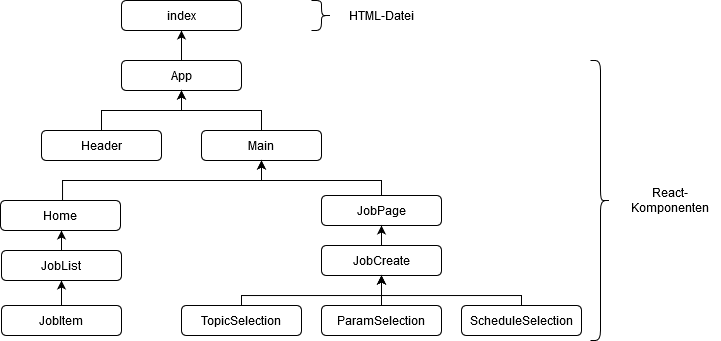
Before: Docs/_static/images/documentation/ReactDiagramm.png, a diagram exported from draw.io (visuanalytics/visuanalytics). Source tidied: cells renumbered, new cells last; positions are measured from the earlier drawing's top-left corner, leaving out a move shared by most shapes. The source it was exported from:
```xml
<mxGraphModel>
  <root>
    <mxCell id="0" />
    <mxCell id="1" parent="0" />
    <mxCell id="2" style="edgeStyle=orthogonalEdgeStyle;rounded=0;jettySize=auto;html=1;" parent="1" edge="1" source="3" target="12">
      <mxGeometry relative="1" as="geometry" />
    </mxCell>
    <mxCell id="3" value="App" style="rounded=1;whiteSpace=wrap;html=1;" parent="1" vertex="1">
      <mxGeometry x="121" y="60" width="120" height="30" as="geometry" />
    </mxCell>
    <mxCell id="4" style="edgeStyle=orthogonalEdgeStyle;rounded=0;jettySize=auto;html=1;" parent="1" edge="1" source="5" target="3">
      <mxGeometry relative="1" as="geometry" />
    </mxCell>
    <mxCell id="5" value="Header" style="rounded=1;whiteSpace=wrap;html=1;" parent="1" vertex="1">
      <mxGeometry x="41" y="130" width="120" height="30" as="geometry" />
    </mxCell>
    <mxCell id="6" style="edgeStyle=orthogonalEdgeStyle;rounded=0;jettySize=auto;html=1;" parent="1" edge="1" source="7" target="3">
      <mxGeometry relative="1" as="geometry" />
    </mxCell>
    <mxCell id="7" value="Main" style="rounded=1;whiteSpace=wrap;html=1;" parent="1" vertex="1">
      <mxGeometry x="201" y="130" width="120" height="30" as="geometry" />
    </mxCell>
    <mxCell id="8" style="edgeStyle=orthogonalEdgeStyle;rounded=0;jettySize=auto;html=1;entryX=0.5;entryY=1;entryDx=0;entryDy=0;" parent="1" edge="1" source="9" target="24">
      <mxGeometry relative="1" as="geometry" />
    </mxCell>
    <mxCell id="9" value="JobItem" style="rounded=1;whiteSpace=wrap;html=1;" parent="1" vertex="1">
      <mxGeometry x="1" y="305" width="120" height="30" as="geometry" />
    </mxCell>
    <mxCell id="10" style="edgeStyle=orthogonalEdgeStyle;rounded=0;jettySize=auto;html=1;" parent="1" edge="1" source="11" target="7">
      <mxGeometry relative="1" as="geometry">
        <Array as="points">
          <mxPoint x="381" y="180" />
          <mxPoint x="261" y="180" />
        </Array>
      </mxGeometry>
    </mxCell>
    <mxCell id="11" value="JobPage" style="rounded=1;whiteSpace=wrap;html=1;" parent="1" vertex="1">
      <mxGeometry x="321" y="195" width="120" height="30" as="geometry" />
    </mxCell>
    <mxCell id="12" value="index" style="rounded=1;whiteSpace=wrap;html=1;" parent="1" vertex="1">
      <mxGeometry x="121" width="120" height="30" as="geometry" />
    </mxCell>
    <mxCell id="13" style="shape=curlyBracket;whiteSpace=wrap;html=1;rounded=1;rotation=-180;size=0.5;" parent="1" vertex="1">
      <mxGeometry x="311" width="20" height="30" as="geometry" />
    </mxCell>
    <mxCell id="14" value="HTML-Datei" style="text;html=1;strokeColor=none;fillColor=none;align=center;verticalAlign=middle;whiteSpace=wrap;rounded=0;" parent="1" vertex="1">
      <mxGeometry x="331" y="5" width="100" height="20" as="geometry" />
    </mxCell>
    <mxCell id="15" style="edgeStyle=orthogonalEdgeStyle;rounded=0;jettySize=auto;html=1;" parent="1" edge="1" source="16">
      <mxGeometry relative="1" as="geometry">
        <mxPoint x="381" y="275" as="targetPoint" />
        <Array as="points">
          <mxPoint x="521" y="295" />
          <mxPoint x="381" y="295" />
        </Array>
      </mxGeometry>
    </mxCell>
    <mxCell id="16" value="ScheduleSelection" style="rounded=1;whiteSpace=wrap;html=1;" parent="1" vertex="1">
      <mxGeometry x="461" y="305" width="120" height="30" as="geometry" />
    </mxCell>
    <mxCell id="17" style="edgeStyle=orthogonalEdgeStyle;rounded=0;jettySize=auto;html=1;" parent="1" edge="1" source="18">
      <mxGeometry relative="1" as="geometry">
        <mxPoint x="381" y="225" as="targetPoint" />
      </mxGeometry>
    </mxCell>
    <mxCell id="18" value="JobCreate" style="rounded=1;whiteSpace=wrap;html=1;" parent="1" vertex="1">
      <mxGeometry x="321" y="245" width="120" height="30" as="geometry" />
    </mxCell>
    <mxCell id="19" style="edgeStyle=orthogonalEdgeStyle;rounded=0;jettySize=auto;html=1;" parent="1" edge="1" source="20">
      <mxGeometry relative="1" as="geometry">
        <mxPoint x="381" y="275" as="targetPoint" />
        <Array as="points">
          <mxPoint x="241" y="295" />
          <mxPoint x="381" y="295" />
        </Array>
      </mxGeometry>
    </mxCell>
    <mxCell id="20" value="TopicSelection" style="rounded=1;whiteSpace=wrap;html=1;" parent="1" vertex="1">
      <mxGeometry x="181" y="305" width="120" height="30" as="geometry" />
    </mxCell>
    <mxCell id="21" style="edgeStyle=orthogonalEdgeStyle;rounded=0;jettySize=auto;html=1;" parent="1" edge="1" source="22">
      <mxGeometry relative="1" as="geometry">
        <mxPoint x="381" y="275" as="targetPoint" />
      </mxGeometry>
    </mxCell>
    <mxCell id="22" value="ParamSelection" style="rounded=1;whiteSpace=wrap;html=1;" parent="1" vertex="1">
      <mxGeometry x="321" y="305" width="120" height="30" as="geometry" />
    </mxCell>
    <mxCell id="23" style="edgeStyle=orthogonalEdgeStyle;rounded=0;jettySize=auto;html=1;" parent="1" edge="1" source="24">
      <mxGeometry relative="1" as="geometry">
        <mxPoint x="61" y="230" as="targetPoint" />
      </mxGeometry>
    </mxCell>
    <mxCell id="24" value="JobList" style="rounded=1;whiteSpace=wrap;html=1;" parent="1" vertex="1">
      <mxGeometry x="1" y="250" width="120" height="30" as="geometry" />
    </mxCell>
    <mxCell id="25" style="edgeStyle=orthogonalEdgeStyle;rounded=0;jettySize=auto;html=1;" parent="1" edge="1" source="26" target="7">
      <mxGeometry relative="1" as="geometry">
        <Array as="points">
          <mxPoint x="62" y="180" />
          <mxPoint x="261" y="180" />
        </Array>
      </mxGeometry>
    </mxCell>
    <mxCell id="26" value="Home" style="rounded=1;whiteSpace=wrap;html=1;" parent="1" vertex="1">
      <mxGeometry y="200" width="120" height="30" as="geometry" />
    </mxCell>
    <mxCell id="27" style="shape=curlyBracket;whiteSpace=wrap;html=1;rounded=1;rotation=-180;size=0.5;" parent="1" vertex="1">
      <mxGeometry x="590" y="60" width="20" height="280" as="geometry" />
    </mxCell>
    <mxCell id="28" value="React-Komponenten" style="text;html=1;strokeColor=none;fillColor=none;align=center;verticalAlign=middle;whiteSpace=wrap;rounded=0;" parent="1" vertex="1">
      <mxGeometry x="620" y="170" width="100" height="60" as="geometry" />
    </mxCell>
  </root>
</mxGraphModel>
```
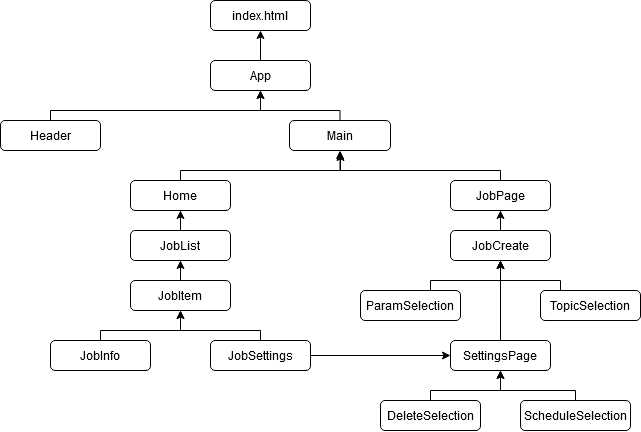
The same file after the commit.

Commit message:
Überarbeitete Bilder

Change to the diagram source:
```diff
@@ -2,114 +2,153 @@
   <root>
     <mxCell id="0" />
     <mxCell id="1" parent="0" />
-    <mxCell id="2" style="edgeStyle=orthogonalEdgeStyle;rounded=0;jettySize=auto;html=1;" parent="1" edge="1" source="3" target="12">
-      <mxGeometry relative="1" as="geometry" />
-    </mxCell>
+    <mxCell id="29" style="edgeStyle=orthogonalEdgeStyle;rounded=0;jettySize=auto;html=1;" parent="1" edge="1" source="3" target="30">
+      <mxGeometry relative="1" as="geometry" />
+    </mxCell>
     <mxCell id="3" value="App" style="rounded=1;whiteSpace=wrap;html=1;" parent="1" vertex="1">
-      <mxGeometry x="121" y="60" width="120" height="30" as="geometry" />
+      <mxGeometry x="290" y="80" width="100" height="30" as="geometry" />
     </mxCell>
+    <mxCell id="30" value="index.html" style="rounded=1;whiteSpace=wrap;html=1;" parent="1" vertex="1">
+      <mxGeometry x="290" y="20" width="100" height="30" as="geometry" />
+    </mxCell>
-    <mxCell id="4" style="edgeStyle=orthogonalEdgeStyle;rounded=0;jettySize=auto;html=1;" parent="1" edge="1" source="5" target="3">
-      <mxGeometry relative="1" as="geometry" />
+    <mxCell id="4" style="edgeStyle=orthogonalEdgeStyle;rounded=0;jettySize=auto;html=1;entryX=0.5;entryY=1;entryDx=0;entryDy=0;" parent="1" edge="1" source="5" target="3">
+      <mxGeometry relative="1" as="geometry">
+        <Array as="points">
+          <mxPoint x="130" y="130" />
+          <mxPoint x="340" y="130" />
+        </Array>
+      </mxGeometry>
     </mxCell>
     <mxCell id="5" value="Header" style="rounded=1;whiteSpace=wrap;html=1;" parent="1" vertex="1">
-      <mxGeometry x="41" y="130" width="120" height="30" as="geometry" />
+      <mxGeometry x="80" y="140" width="100" height="30" as="geometry" />
     </mxCell>
-    <mxCell id="6" style="edgeStyle=orthogonalEdgeStyle;rounded=0;jettySize=auto;html=1;" parent="1" edge="1" source="7" target="3">
-      <mxGeometry relative="1" as="geometry" />
-    </mxCell>
+    <mxCell id="31" style="edgeStyle=orthogonalEdgeStyle;rounded=0;jettySize=auto;html=1;" parent="1" edge="1" source="7">
+      <mxGeometry relative="1" as="geometry">
+        <mxPoint x="340" y="110" as="targetPoint" />
+        <Array as="points">
+          <mxPoint x="420" y="130" />
+          <mxPoint x="340" y="130" />
+        </Array>
+      </mxGeometry>
+    </mxCell>
     <mxCell id="7" value="Main" style="rounded=1;whiteSpace=wrap;html=1;" parent="1" vertex="1">
-      <mxGeometry x="201" y="130" width="120" height="30" as="geometry" />
+      <mxGeometry x="369" y="140" width="101" height="30" as="geometry" />
     </mxCell>
+    <mxCell id="32" style="edgeStyle=orthogonalEdgeStyle;rounded=0;jettySize=auto;html=1;entryX=0.5;entryY=1;entryDx=0;entryDy=0;" parent="1" edge="1" source="20" target="18">
+      <mxGeometry relative="1" as="geometry">
+        <Array as="points">
+          <mxPoint x="640" y="300" />
+          <mxPoint x="580" y="300" />
+        </Array>
+      </mxGeometry>
+    </mxCell>
+    <mxCell id="20" value="TopicSelection" style="rounded=1;whiteSpace=wrap;html=1;" parent="1" vertex="1">
+      <mxGeometry x="620" y="310" width="100" height="30" as="geometry" />
+    </mxCell>
+    <mxCell id="33" style="edgeStyle=orthogonalEdgeStyle;rounded=0;jettySize=auto;html=1;" parent="1" edge="1" source="18" target="11">
+      <mxGeometry relative="1" as="geometry" />
+    </mxCell>
+    <mxCell id="18" value="JobCreate" style="rounded=1;whiteSpace=wrap;html=1;" parent="1" vertex="1">
+      <mxGeometry x="530" y="250" width="100" height="30" as="geometry" />
+    </mxCell>
+    <mxCell id="10" style="edgeStyle=orthogonalEdgeStyle;rounded=0;jettySize=auto;html=1;entryX=0.5;entryY=1;entryDx=0;entryDy=0;" parent="1" edge="1" source="11" target="7">
+      <mxGeometry relative="1" as="geometry">
+        <Array as="points">
+          <mxPoint x="580" y="190" />
+          <mxPoint x="420" y="190" />
+        </Array>
+      </mxGeometry>
+    </mxCell>
+    <mxCell id="11" value="JobPage" style="rounded=1;whiteSpace=wrap;html=1;" parent="1" vertex="1">
+      <mxGeometry x="530" y="200" width="100" height="30" as="geometry" />
+    </mxCell>
+    <mxCell id="34" style="edgeStyle=orthogonalEdgeStyle;rounded=0;jettySize=auto;html=1;entryX=0.5;entryY=1;entryDx=0;entryDy=0;" parent="1" edge="1" source="22" target="18">
+      <mxGeometry relative="1" as="geometry">
+        <Array as="points">
+          <mxPoint x="510" y="300" />
+          <mxPoint x="580" y="300" />
+        </Array>
+      </mxGeometry>
+    </mxCell>
+    <mxCell id="22" value="ParamSelection" style="rounded=1;whiteSpace=wrap;html=1;" parent="1" vertex="1">
+      <mxGeometry x="440" y="310" width="100" height="30" as="geometry" />
+    </mxCell>
+    <mxCell id="35" style="edgeStyle=orthogonalEdgeStyle;rounded=0;jettySize=auto;html=1;" parent="1" edge="1" source="36" target="38">
+      <mxGeometry relative="1" as="geometry">
+        <Array as="points">
+          <mxPoint x="510" y="410" />
+          <mxPoint x="580" y="410" />
+        </Array>
+      </mxGeometry>
+    </mxCell>
+    <mxCell id="36" value="DeleteSelection" style="rounded=1;whiteSpace=wrap;html=1;" parent="1" vertex="1">
+      <mxGeometry x="460" y="420" width="100" height="30" as="geometry" />
+    </mxCell>
+    <mxCell id="37" style="edgeStyle=orthogonalEdgeStyle;rounded=0;jettySize=auto;html=1;" parent="1" edge="1" source="38" target="18">
+      <mxGeometry relative="1" as="geometry" />
+    </mxCell>
+    <mxCell id="38" value="SettingsPage" style="rounded=1;whiteSpace=wrap;html=1;" parent="1" vertex="1">
+      <mxGeometry x="530" y="360" width="100" height="30" as="geometry" />
+    </mxCell>
+    <mxCell id="39" style="edgeStyle=orthogonalEdgeStyle;rounded=0;jettySize=auto;html=1;" parent="1" edge="1" source="16" target="38">
+      <mxGeometry relative="1" as="geometry">
+        <Array as="points">
+          <mxPoint x="655" y="410" />
+          <mxPoint x="580" y="410" />
+        </Array>
+      </mxGeometry>
+    </mxCell>
+    <mxCell id="16" value="ScheduleSelection" style="rounded=1;whiteSpace=wrap;html=1;" parent="1" vertex="1">
+      <mxGeometry x="600" y="420" width="110" height="30" as="geometry" />
+    </mxCell>
+    <mxCell id="40" style="edgeStyle=orthogonalEdgeStyle;rounded=0;jettySize=auto;html=1;" parent="1" edge="1" source="26">
+      <mxGeometry relative="1" as="geometry">
+        <mxPoint x="420" y="172" as="targetPoint" />
+        <Array as="points">
+          <mxPoint x="260" y="190" />
+          <mxPoint x="420" y="190" />
+        </Array>
+      </mxGeometry>
+    </mxCell>
+    <mxCell id="26" value="Home" style="rounded=1;whiteSpace=wrap;html=1;" parent="1" vertex="1">
+      <mxGeometry x="210" y="200" width="100" height="30" as="geometry" />
+    </mxCell>
+    <mxCell id="41" style="edgeStyle=orthogonalEdgeStyle;rounded=0;jettySize=auto;html=1;" parent="1" edge="1" source="24" target="26">
+      <mxGeometry relative="1" as="geometry" />
+    </mxCell>
+    <mxCell id="24" value="JobList" style="rounded=1;whiteSpace=wrap;html=1;" parent="1" vertex="1">
+      <mxGeometry x="210" y="250" width="100" height="30" as="geometry" />
+    </mxCell>
-    <mxCell id="8" style="edgeStyle=orthogonalEdgeStyle;rounded=0;jettySize=auto;html=1;entryX=0.5;entryY=1;entryDx=0;entryDy=0;" parent="1" edge="1" source="9" target="24">
+    <mxCell id="8" style="edgeStyle=orthogonalEdgeStyle;rounded=0;jettySize=auto;html=1;" parent="1" edge="1" source="9" target="24">
       <mxGeometry relative="1" as="geometry" />
     </mxCell>
     <mxCell id="9" value="JobItem" style="rounded=1;whiteSpace=wrap;html=1;" parent="1" vertex="1">
-      <mxGeometry x="1" y="305" width="120" height="30" as="geometry" />
+      <mxGeometry x="210" y="300" width="100" height="30" as="geometry" />
     </mxCell>
-    <mxCell id="10" style="edgeStyle=orthogonalEdgeStyle;rounded=0;jettySize=auto;html=1;" parent="1" edge="1" source="11" target="7">
-      <mxGeometry relative="1" as="geometry">
-        <Array as="points">
-          <mxPoint x="381" y="180" />
-          <mxPoint x="261" y="180" />
-        </Array>
-      </mxGeometry>
-    </mxCell>
-    <mxCell id="11" value="JobPage" style="rounded=1;whiteSpace=wrap;html=1;" parent="1" vertex="1">
-      <mxGeometry x="321" y="195" width="120" height="30" as="geometry" />
-    </mxCell>
-    <mxCell id="12" value="index" style="rounded=1;whiteSpace=wrap;html=1;" parent="1" vertex="1">
-      <mxGeometry x="121" width="120" height="30" as="geometry" />
-    </mxCell>
-    <mxCell id="13" style="shape=curlyBracket;whiteSpace=wrap;html=1;rounded=1;rotation=-180;size=0.5;" parent="1" vertex="1">
-      <mxGeometry x="311" width="20" height="30" as="geometry" />
-    </mxCell>
-    <mxCell id="14" value="HTML-Datei" style="text;html=1;strokeColor=none;fillColor=none;align=center;verticalAlign=middle;whiteSpace=wrap;rounded=0;" parent="1" vertex="1">
-      <mxGeometry x="331" y="5" width="100" height="20" as="geometry" />
-    </mxCell>
-    <mxCell id="15" style="edgeStyle=orthogonalEdgeStyle;rounded=0;jettySize=auto;html=1;" parent="1" edge="1" source="16">
-      <mxGeometry relative="1" as="geometry">
-        <mxPoint x="381" y="275" as="targetPoint" />
-        <Array as="points">
-          <mxPoint x="521" y="295" />
-          <mxPoint x="381" y="295" />
-        </Array>
-      </mxGeometry>
-    </mxCell>
-    <mxCell id="16" value="ScheduleSelection" style="rounded=1;whiteSpace=wrap;html=1;" parent="1" vertex="1">
-      <mxGeometry x="461" y="305" width="120" height="30" as="geometry" />
-    </mxCell>
-    <mxCell id="17" style="edgeStyle=orthogonalEdgeStyle;rounded=0;jettySize=auto;html=1;" parent="1" edge="1" source="18">
-      <mxGeometry relative="1" as="geometry">
-        <mxPoint x="381" y="225" as="targetPoint" />
-      </mxGeometry>
-    </mxCell>
-    <mxCell id="18" value="JobCreate" style="rounded=1;whiteSpace=wrap;html=1;" parent="1" vertex="1">
-      <mxGeometry x="321" y="245" width="120" height="30" as="geometry" />
-    </mxCell>
-    <mxCell id="19" style="edgeStyle=orthogonalEdgeStyle;rounded=0;jettySize=auto;html=1;" parent="1" edge="1" source="20">
-      <mxGeometry relative="1" as="geometry">
-        <mxPoint x="381" y="275" as="targetPoint" />
-        <Array as="points">
-          <mxPoint x="241" y="295" />
-          <mxPoint x="381" y="295" />
-        </Array>
-      </mxGeometry>
-    </mxCell>
-    <mxCell id="20" value="TopicSelection" style="rounded=1;whiteSpace=wrap;html=1;" parent="1" vertex="1">
-      <mxGeometry x="181" y="305" width="120" height="30" as="geometry" />
-    </mxCell>
-    <mxCell id="21" style="edgeStyle=orthogonalEdgeStyle;rounded=0;jettySize=auto;html=1;" parent="1" edge="1" source="22">
-      <mxGeometry relative="1" as="geometry">
-        <mxPoint x="381" y="275" as="targetPoint" />
-      </mxGeometry>
-    </mxCell>
-    <mxCell id="22" value="ParamSelection" style="rounded=1;whiteSpace=wrap;html=1;" parent="1" vertex="1">
-      <mxGeometry x="321" y="305" width="120" height="30" as="geometry" />
-    </mxCell>
-    <mxCell id="23" style="edgeStyle=orthogonalEdgeStyle;rounded=0;jettySize=auto;html=1;" parent="1" edge="1" source="24">
-      <mxGeometry relative="1" as="geometry">
-        <mxPoint x="61" y="230" as="targetPoint" />
-      </mxGeometry>
-    </mxCell>
-    <mxCell id="24" value="JobList" style="rounded=1;whiteSpace=wrap;html=1;" parent="1" vertex="1">
-      <mxGeometry x="1" y="250" width="120" height="30" as="geometry" />
-    </mxCell>
-    <mxCell id="25" style="edgeStyle=orthogonalEdgeStyle;rounded=0;jettySize=auto;html=1;" parent="1" edge="1" source="26" target="7">
-      <mxGeometry relative="1" as="geometry">
-        <Array as="points">
-          <mxPoint x="62" y="180" />
-          <mxPoint x="261" y="180" />
-        </Array>
-      </mxGeometry>
-    </mxCell>
-    <mxCell id="26" value="Home" style="rounded=1;whiteSpace=wrap;html=1;" parent="1" vertex="1">
-      <mxGeometry y="200" width="120" height="30" as="geometry" />
-    </mxCell>
-    <mxCell id="27" style="shape=curlyBracket;whiteSpace=wrap;html=1;rounded=1;rotation=-180;size=0.5;" parent="1" vertex="1">
-      <mxGeometry x="590" y="60" width="20" height="280" as="geometry" />
-    </mxCell>
-    <mxCell id="28" value="React-Komponenten" style="text;html=1;strokeColor=none;fillColor=none;align=center;verticalAlign=middle;whiteSpace=wrap;rounded=0;" parent="1" vertex="1">
-      <mxGeometry x="620" y="170" width="100" height="60" as="geometry" />
-    </mxCell>
+    <mxCell id="42" style="edgeStyle=orthogonalEdgeStyle;rounded=0;jettySize=auto;html=1;" parent="1" edge="1" source="43" target="9">
+      <mxGeometry relative="1" as="geometry">
+        <Array as="points">
+          <mxPoint x="180" y="350" />
+          <mxPoint x="260" y="350" />
+        </Array>
+      </mxGeometry>
+    </mxCell>
+    <mxCell id="43" value="JobInfo" style="rounded=1;whiteSpace=wrap;html=1;" parent="1" vertex="1">
+      <mxGeometry x="130" y="360" width="100" height="30" as="geometry" />
+    </mxCell>
+    <mxCell id="44" style="edgeStyle=orthogonalEdgeStyle;rounded=0;jettySize=auto;html=1;" parent="1" edge="1" source="46" target="9">
+      <mxGeometry relative="1" as="geometry">
+        <Array as="points">
+          <mxPoint x="340" y="350" />
+          <mxPoint x="260" y="350" />
+        </Array>
+      </mxGeometry>
+    </mxCell>
+    <mxCell id="45" style="edgeStyle=orthogonalEdgeStyle;rounded=0;jettySize=auto;html=1;entryX=0;entryY=0.5;entryDx=0;entryDy=0;" parent="1" edge="1" source="46" target="38">
+      <mxGeometry relative="1" as="geometry" />
+    </mxCell>
+    <mxCell id="46" value="JobSettings" style="rounded=1;whiteSpace=wrap;html=1;" parent="1" vertex="1">
+      <mxGeometry x="290" y="360" width="100" height="30" as="geometry" />
+    </mxCell>
   </root>
 </mxGraphModel>
```
